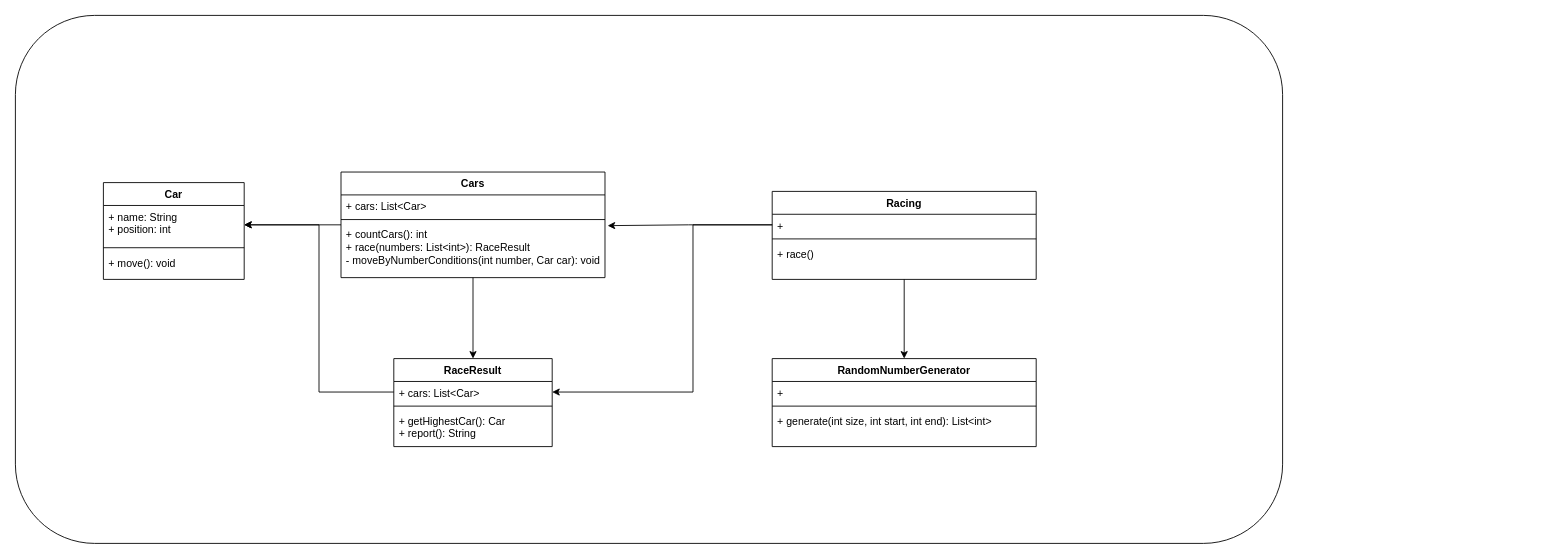
The draw.io diagram racingcar.drawio in gonza-st/racingcar-playground, before the edit. Source tidied: cells renumbered, new cells numbered last; positions are measured from the earlier drawing's top-left corner, leaving out a move shared by most shapes. Both pictures are drawn from the tidied source at 88%, with x=0, y=0 at pixel (15, 15).
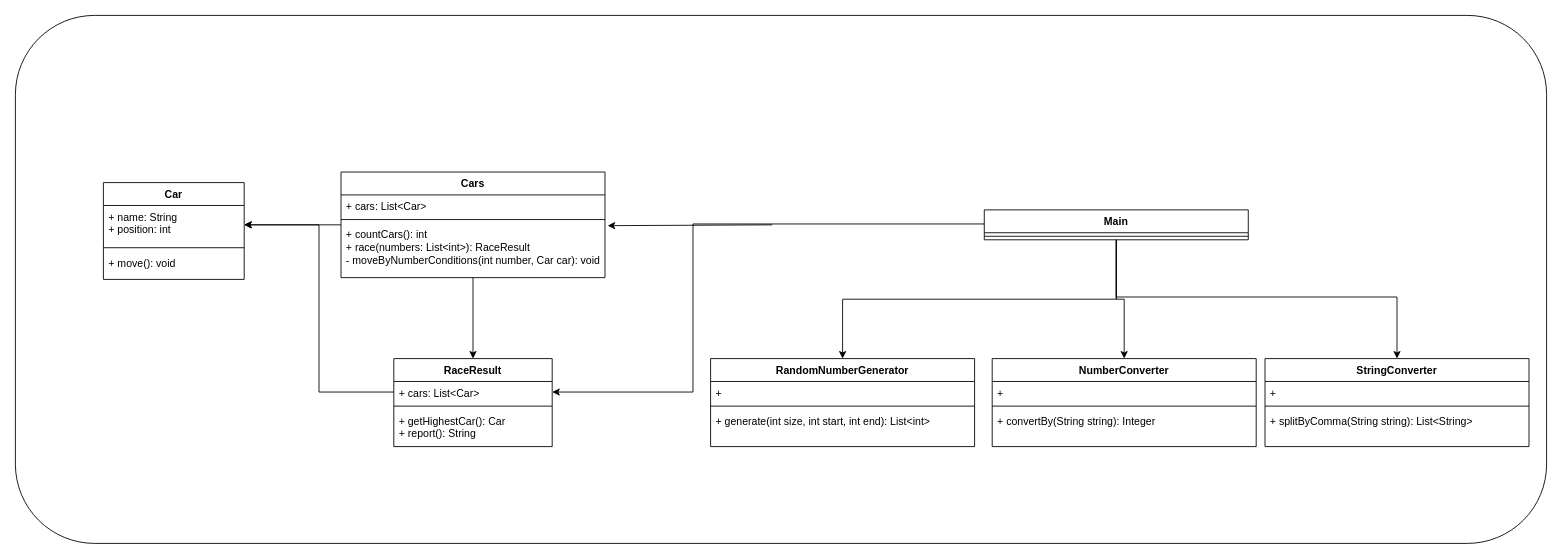
After the change.

Unchanged cells that the change refers to:
```xml
<mxCell id="12" value="+ countCars(): int&lt;div&gt;+ race(numbers: List&amp;lt;int&amp;gt;): RaceResult&lt;/div&gt;&lt;div&gt;- moveByNumberConditions(int number, Car car): void&lt;/div&gt;" style="text;strokeColor=none;fillColor=none;align=left;verticalAlign=top;spacingLeft=4;spacingRight=4;overflow=hidden;points=[[0,0.5],[1,0.5]];portConstraint=eastwest;whiteSpace=wrap;html=1;" parent="9" vertex="1">
  <mxGeometry y="58" width="300" height="62" as="geometry" />
</mxCell>
<mxCell id="14" value="+ cars: List&amp;lt;Car&amp;gt;" style="text;strokeColor=none;fillColor=none;align=left;verticalAlign=top;spacingLeft=4;spacingRight=4;overflow=hidden;points=[[0,0.5],[1,0.5]];portConstraint=eastwest;whiteSpace=wrap;html=1;" parent="13" vertex="1">
  <mxGeometry y="26" width="180" height="24" as="geometry" />
</mxCell>
```

What changed in the source:
```diff
@@
     <mxCell id="2" style="rounded=1;whiteSpace=wrap;html=1;" parent="1" vertex="1">
-      <mxGeometry width="1440" height="600" as="geometry" />
+      <mxGeometry width="1740" height="600" as="geometry" />
     </mxCell>
@@
     <mxCell id="18" value="RandomNumberGenerator" style="swimlane;fontStyle=1;align=center;verticalAlign=top;horizontal=1;startSize=26;whiteSpace=wrap;html=1;" parent="1" vertex="1">
-      <mxGeometry x="860" y="390" width="300" height="100" as="geometry" />
+      <mxGeometry x="790" y="390" width="300" height="100" as="geometry" />
     </mxCell>
@@
-    <mxCell id="22" value="Racing" style="swimlane;fontStyle=1;align=center;verticalAlign=top;horizontal=1;startSize=26;whiteSpace=wrap;html=1;" parent="1" vertex="1">
-      <mxGeometry x="860" y="200" width="300" height="100" as="geometry" />
-    </mxCell>
-    <mxCell id="23" value="+&amp;nbsp;" style="text;strokeColor=none;fillColor=none;align=left;verticalAlign=top;spacingLeft=4;spacingRight=4;overflow=hidden;points=[[0,0.5],[1,0.5]];portConstraint=eastwest;whiteSpace=wrap;html=1;" parent="22" vertex="1">
-      <mxGeometry y="26" width="300" height="24" as="geometry" />
-    </mxCell>
-    <mxCell id="24" style="line;strokeWidth=1;fillColor=none;align=left;verticalAlign=middle;spacingTop=-1;spacingLeft=3;spacingRight=3;labelPosition=right;strokeColor=inherit;" parent="22" vertex="1">
-      <mxGeometry y="50" width="300" height="8" as="geometry" />
-    </mxCell>
-    <mxCell id="25" value="+ race()" style="text;strokeColor=none;fillColor=none;align=left;verticalAlign=top;spacingLeft=4;spacingRight=4;overflow=hidden;whiteSpace=wrap;html=1;" parent="22" vertex="1">
-      <mxGeometry y="58" width="300" height="42" as="geometry" />
-    </mxCell>
-    <mxCell id="26" style="edgeStyle=orthogonalEdgeStyle;rounded=0;jettySize=auto;html=1;entryX=1.01;entryY=0.047;entryDx=0;entryDy=0;entryPerimeter=0;exitX=0;exitY=0.5;exitDx=0;exitDy=0;" parent="1" edge="1" source="23" target="12">
-      <mxGeometry relative="1" as="geometry" />
+    <mxCell id="26" style="edgeStyle=orthogonalEdgeStyle;rounded=0;jettySize=auto;html=1;entryX=1.01;entryY=0.047;entryDx=0;entryDy=0;entryPerimeter=0;exitX=0;exitY=0.5;exitDx=0;exitDy=0;" parent="1" edge="1" target="12">
+      <mxGeometry relative="1" as="geometry">
+        <mxPoint x="860" y="238" as="sourcePoint" />
+      </mxGeometry>
     </mxCell>
-    <mxCell id="27" style="edgeStyle=orthogonalEdgeStyle;rounded=0;jettySize=auto;html=1;entryX=1;entryY=0.5;entryDx=0;entryDy=0;" parent="1" edge="1" source="23" target="14">
+    <mxCell id="27" style="edgeStyle=orthogonalEdgeStyle;rounded=0;jettySize=auto;html=1;entryX=1;entryY=0.5;entryDx=0;entryDy=0;exitX=0;exitY=0.5;exitDx=0;exitDy=0;" parent="1" edge="1" source="31" target="14">
       <mxGeometry relative="1" as="geometry">
         <Array as="points">
-          <mxPoint x="770" y="238" />
+          <mxPoint x="770" y="237" />
           <mxPoint x="770" y="428" />
         </Array>
       </mxGeometry>
     </mxCell>
-    <mxCell id="28" style="edgeStyle=orthogonalEdgeStyle;rounded=0;jettySize=auto;html=1;entryX=0.5;entryY=0;entryDx=0;entryDy=0;" parent="1" edge="1" source="22" target="18">
+    <mxCell id="28" style="edgeStyle=orthogonalEdgeStyle;rounded=0;jettySize=auto;html=1;entryX=0.5;entryY=0;entryDx=0;entryDy=0;exitX=0.5;exitY=1;exitDx=0;exitDy=0;" parent="1" edge="1" source="31" target="18">
       <mxGeometry relative="1" as="geometry" />
     </mxCell>
+    <mxCell id="29" style="edgeStyle=orthogonalEdgeStyle;rounded=0;jettySize=auto;html=1;entryX=0.5;entryY=0;entryDx=0;entryDy=0;" parent="1" edge="1" source="31" target="33">
+      <mxGeometry relative="1" as="geometry" />
+    </mxCell>
+    <mxCell id="30" style="edgeStyle=orthogonalEdgeStyle;rounded=0;jettySize=auto;html=1;entryX=0.5;entryY=0;entryDx=0;entryDy=0;" parent="1" edge="1" source="31" target="37">
+      <mxGeometry relative="1" as="geometry">
+        <Array as="points">
+          <mxPoint x="1251" y="320" />
+          <mxPoint x="1570" y="320" />
+        </Array>
+      </mxGeometry>
+    </mxCell>
+    <mxCell id="31" value="Main" style="swimlane;fontStyle=1;align=center;verticalAlign=top;horizontal=1;startSize=26;whiteSpace=wrap;html=1;" parent="1" vertex="1">
+      <mxGeometry x="1101" y="221" width="300" height="34" as="geometry" />
+    </mxCell>
+    <mxCell id="32" style="line;strokeWidth=1;fillColor=none;align=left;verticalAlign=middle;spacingTop=-1;spacingLeft=3;spacingRight=3;labelPosition=right;strokeColor=inherit;" parent="31" vertex="1">
+      <mxGeometry y="26" width="300" height="8" as="geometry" />
+    </mxCell>
+    <mxCell id="33" value="NumberConverter" style="swimlane;fontStyle=1;align=center;verticalAlign=top;horizontal=1;startSize=26;whiteSpace=wrap;html=1;" parent="1" vertex="1">
+      <mxGeometry x="1110" y="390" width="300" height="100" as="geometry" />
+    </mxCell>
+    <mxCell id="34" value="+&amp;nbsp;" style="text;strokeColor=none;fillColor=none;align=left;verticalAlign=top;spacingLeft=4;spacingRight=4;overflow=hidden;whiteSpace=wrap;html=1;" parent="33" vertex="1">
+      <mxGeometry y="26" width="300" height="24" as="geometry" />
+    </mxCell>
+    <mxCell id="35" style="line;strokeWidth=1;fillColor=none;align=left;verticalAlign=middle;spacingTop=-1;spacingLeft=3;spacingRight=3;labelPosition=right;strokeColor=inherit;" parent="33" vertex="1">
+      <mxGeometry y="50" width="300" height="8" as="geometry" />
+    </mxCell>
+    <mxCell id="36" value="+ convertBy(String string): Integer" style="text;strokeColor=none;fillColor=none;align=left;verticalAlign=top;spacingLeft=4;spacingRight=4;overflow=hidden;whiteSpace=wrap;html=1;" parent="33" vertex="1">
+      <mxGeometry y="58" width="300" height="42" as="geometry" />
+    </mxCell>
+    <mxCell id="37" value="StringConverter" style="swimlane;fontStyle=1;align=center;verticalAlign=top;horizontal=1;startSize=26;whiteSpace=wrap;html=1;" parent="1" vertex="1">
+      <mxGeometry x="1420" y="390" width="300" height="100" as="geometry" />
+    </mxCell>
+    <mxCell id="38" value="+&amp;nbsp;" style="text;strokeColor=none;fillColor=none;align=left;verticalAlign=top;spacingLeft=4;spacingRight=4;overflow=hidden;whiteSpace=wrap;html=1;" parent="37" vertex="1">
+      <mxGeometry y="26" width="300" height="24" as="geometry" />
+    </mxCell>
+    <mxCell id="39" style="line;strokeWidth=1;fillColor=none;align=left;verticalAlign=middle;spacingTop=-1;spacingLeft=3;spacingRight=3;labelPosition=right;strokeColor=inherit;" parent="37" vertex="1">
+      <mxGeometry y="50" width="300" height="8" as="geometry" />
+    </mxCell>
+    <mxCell id="40" value="+ splitByComma(String string): List&amp;lt;String&amp;gt;" style="text;strokeColor=none;fillColor=none;align=left;verticalAlign=top;spacingLeft=4;spacingRight=4;overflow=hidden;whiteSpace=wrap;html=1;" parent="37" vertex="1">
+      <mxGeometry y="58" width="300" height="42" as="geometry" />
+    </mxCell>
```
